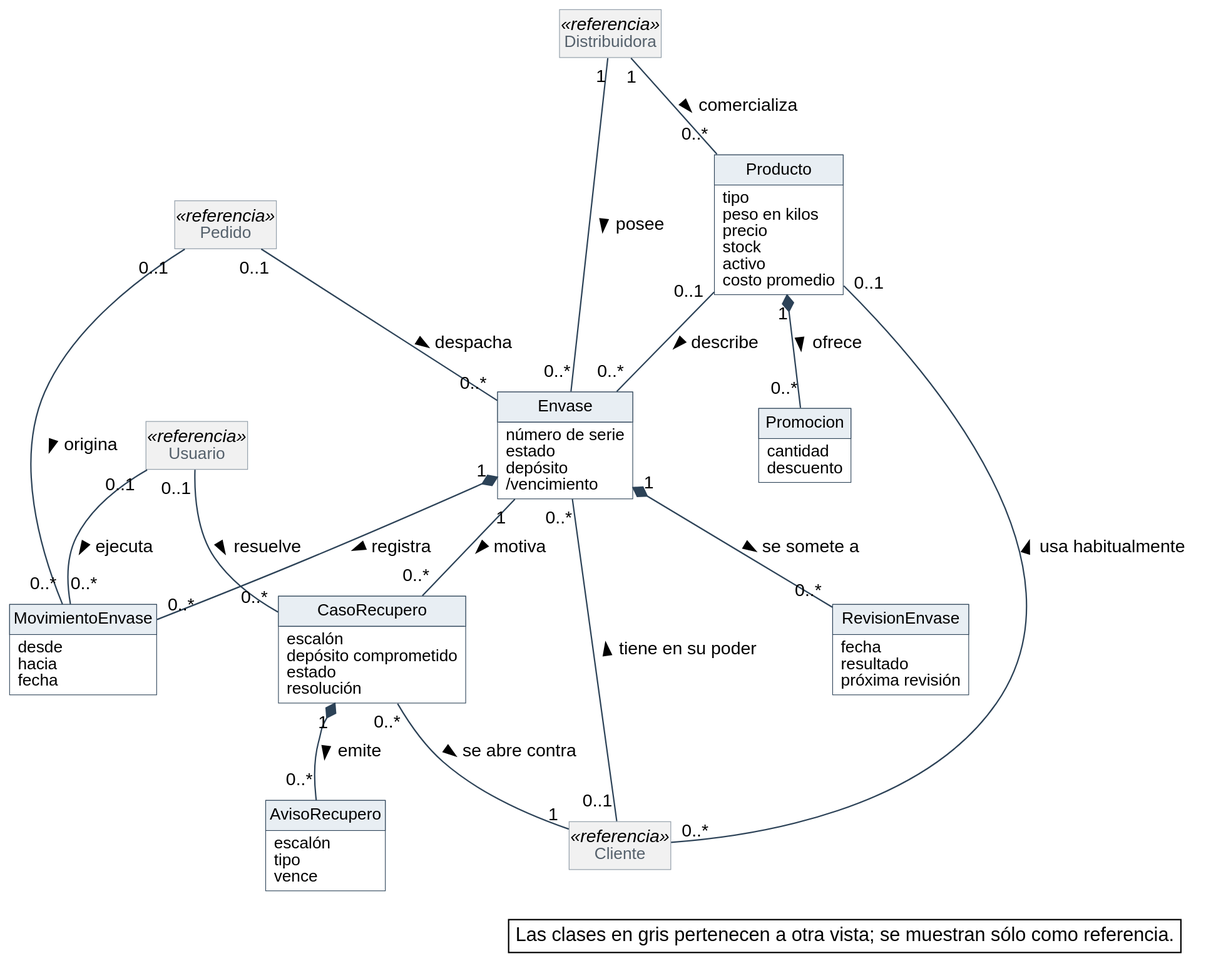
Before: diagramas/modelo-conceptual/MC_Envases.svg, a diagram exported from PlantUML (Nahuelito-Dev/splg-docs).
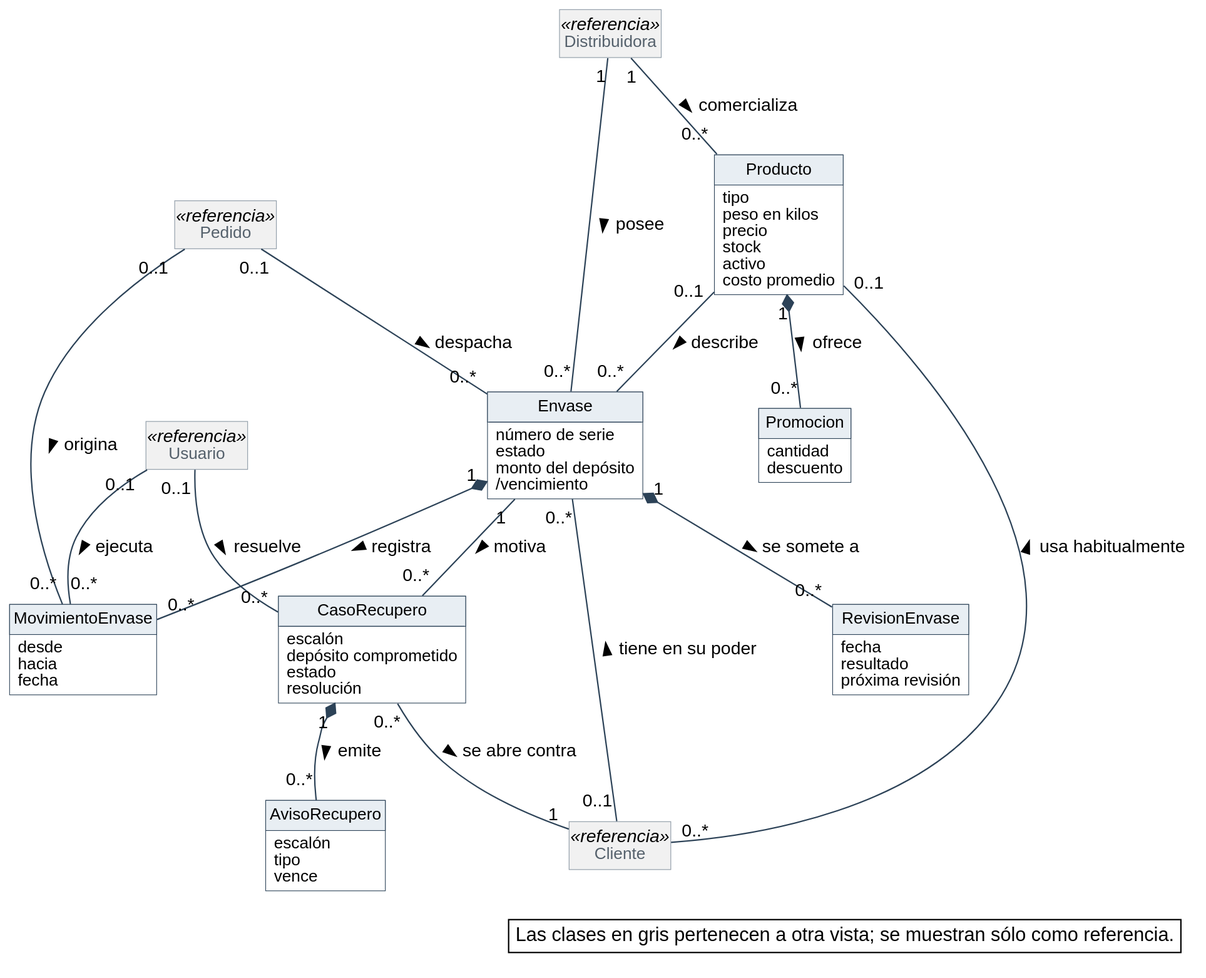
Later version of the same file.

What changed in the source:
```diff
@@ -50,7 +50,7 @@
 class Envase {
   número de serie
   estado
-  depósito
+  monto del depósito
   /vencimiento
 }
 class MovimientoEnvase {
```
